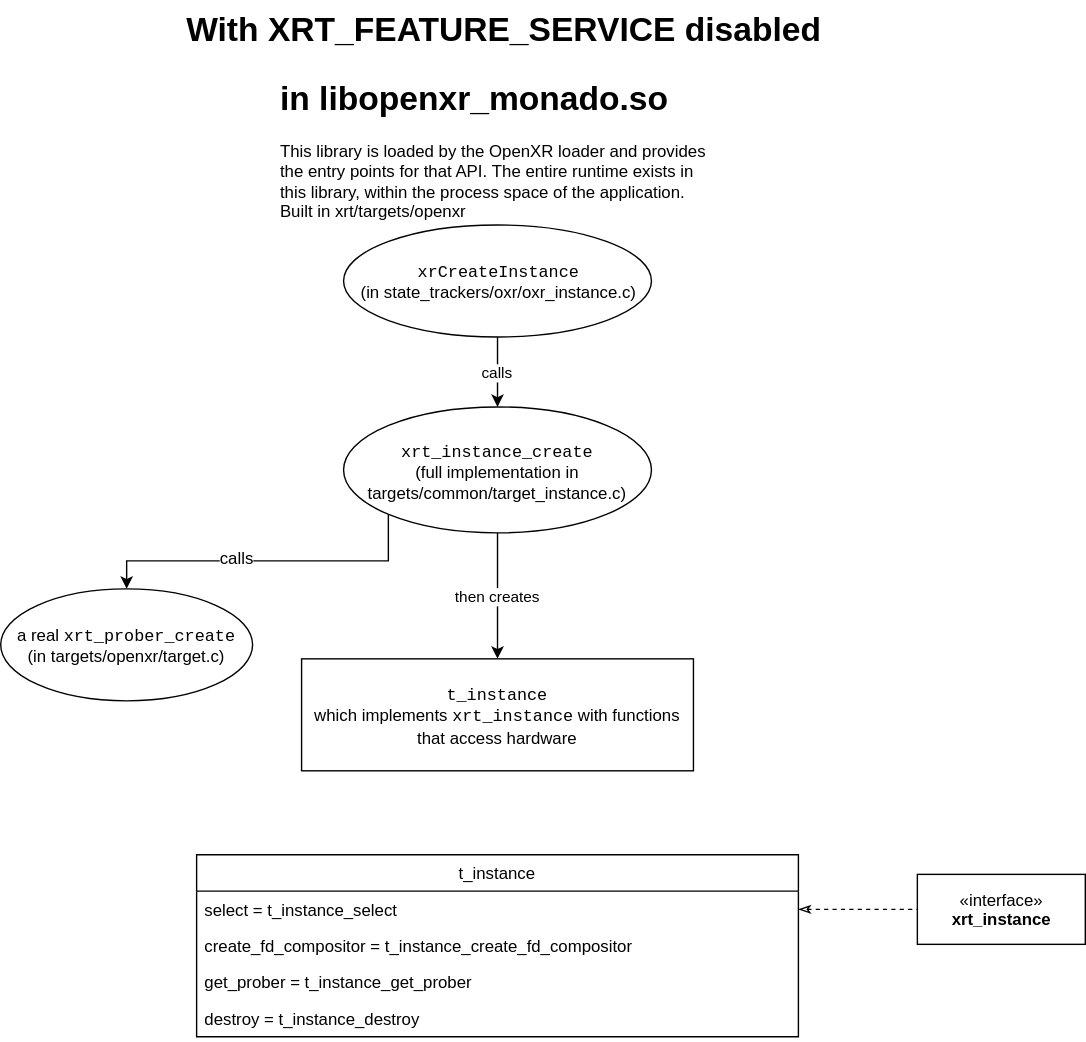
Above: doc/images/in-process.svg in shinyquagsire23/monado (draw.io), before the change. Source tidied: cells renumbered, new cells last; positions are measured from the earlier drawing's top-left corner, leaving out a move shared by most shapes. Source of this version:
```xml
<mxGraphModel>
  <root>
    <mxCell id="0" />
    <mxCell id="1" parent="0" />
    <mxCell id="2" value="then creates" style="edgeStyle=orthogonalEdgeStyle;rounded=0;comic=0;jettySize=auto;html=1;" parent="1" edge="1" source="5" target="10">
      <mxGeometry relative="1" as="geometry" />
    </mxCell>
    <mxCell id="3" style="edgeStyle=orthogonalEdgeStyle;rounded=0;jettySize=auto;html=1;exitX=0;exitY=1;exitDx=0;exitDy=0;" parent="1" edge="1" source="5" target="18">
      <mxGeometry relative="1" as="geometry">
        <Array as="points">
          <mxPoint x="277" y="400" />
          <mxPoint x="90" y="400" />
        </Array>
      </mxGeometry>
    </mxCell>
    <mxCell id="4" value="calls" style="text;html=1;align=center;verticalAlign=middle;labelBackgroundColor=#ffffff;" parent="3" vertex="1">
      <mxGeometry x="0.18" y="-3" relative="1" as="geometry" />
    </mxCell>
    <mxCell id="5" value="&lt;font face=&quot;Courier New&quot;&gt;xrt_instance_create&lt;br&gt;&lt;/font&gt;(full implementation in targets/common/target_instance.c)" style="ellipse;whiteSpace=wrap;html=1;" parent="1" vertex="1">
      <mxGeometry x="245" y="290" width="220" height="90" as="geometry" />
    </mxCell>
    <mxCell id="6" value="With XRT_FEATURE_SERVICE disabled" style="text;strokeColor=none;fillColor=none;html=1;fontSize=24;fontStyle=1;verticalAlign=middle;align=center;" parent="1" vertex="1">
      <mxGeometry x="310" width="100" height="40" as="geometry" />
    </mxCell>
    <mxCell id="7" value="&lt;h1&gt;in libopenxr_monado.so&lt;/h1&gt;This library is loaded by the OpenXR loader and provides the entry points for that API.&amp;nbsp;&lt;span&gt;The entire runtime exists in this library, within the process space of the application. Built in xrt/targets/openxr&lt;/span&gt;" style="text;html=1;strokeColor=none;fillColor=none;spacing=5;spacingTop=-20;whiteSpace=wrap;overflow=hidden;rounded=0;" parent="1" vertex="1">
      <mxGeometry x="195" y="50" width="320" height="110" as="geometry" />
    </mxCell>
    <mxCell id="8" value="&lt;font face=&quot;Courier New&quot;&gt;xrCreateInstance&lt;/font&gt;&lt;br&gt;(in state_trackers/oxr/oxr_instance.c)" style="ellipse;whiteSpace=wrap;html=1;" parent="1" vertex="1">
      <mxGeometry x="245" y="160" width="220" height="80" as="geometry" />
    </mxCell>
    <mxCell id="9" value="calls" style="edgeStyle=orthogonalEdgeStyle;rounded=0;comic=0;jettySize=auto;html=1;entryX=0.5;entryY=0;entryDx=0;entryDy=0;" parent="1" edge="1" source="8" target="5">
      <mxGeometry relative="1" as="geometry" />
    </mxCell>
    <mxCell id="10" value="&lt;div&gt;&lt;font face=&quot;Courier New&quot;&gt;t_instance&lt;/font&gt;&lt;/div&gt;&lt;div&gt;which implements &lt;font face=&quot;Courier New&quot;&gt;xrt_instance&lt;/font&gt; with functions that access hardware&lt;/div&gt;" style="rounded=0;whiteSpace=wrap;html=1;align=center;" parent="1" vertex="1">
      <mxGeometry x="215" y="470" width="280" height="80" as="geometry" />
    </mxCell>
    <mxCell id="11" style="edgeStyle=orthogonalEdgeStyle;rounded=0;comic=0;jettySize=auto;html=1;startArrow=classicThin;startFill=0;endArrow=none;endFill=0;dashed=1;exitX=1;exitY=0.5;exitDx=0;exitDy=0;" parent="1" edge="1" source="13" target="17">
      <mxGeometry relative="1" as="geometry" />
    </mxCell>
    <mxCell id="12" value="t_instance" style="swimlane;fontStyle=0;horizontal=1;startSize=26;fillColor=none;" parent="1" vertex="1">
      <mxGeometry x="140" y="610" width="430" height="130" as="geometry" />
    </mxCell>
    <mxCell id="13" value="select = t_instance_select" style="text;strokeColor=none;fillColor=none;align=left;verticalAlign=top;spacingLeft=4;spacingRight=4;overflow=hidden;points=[[0,0.5],[1,0.5]];portConstraint=eastwest;" parent="12" vertex="1">
      <mxGeometry y="26" width="430" height="26" as="geometry" />
    </mxCell>
    <mxCell id="14" value="create_fd_compositor = t_instance_create_fd_compositor" style="text;strokeColor=none;fillColor=none;align=left;verticalAlign=top;spacingLeft=4;spacingRight=4;overflow=hidden;" parent="12" vertex="1">
      <mxGeometry y="52" width="430" height="26" as="geometry" />
    </mxCell>
    <mxCell id="15" value="get_prober = t_instance_get_prober" style="text;strokeColor=none;fillColor=none;align=left;verticalAlign=top;spacingLeft=4;spacingRight=4;overflow=hidden;" parent="12" vertex="1">
      <mxGeometry y="78" width="430" height="26" as="geometry" />
    </mxCell>
    <mxCell id="16" value="destroy = t_instance_destroy" style="text;strokeColor=none;fillColor=none;align=left;verticalAlign=top;spacingLeft=4;spacingRight=4;overflow=hidden;" parent="12" vertex="1">
      <mxGeometry y="104" width="430" height="26" as="geometry" />
    </mxCell>
    <mxCell id="17" value="«interface»&lt;br&gt;&lt;b&gt;xrt_instance&lt;/b&gt;" style="html=1;" parent="1" vertex="1">
      <mxGeometry x="655" y="624" width="120" height="50" as="geometry" />
    </mxCell>
    <mxCell id="18" value="&lt;span style=&quot;white-space: normal&quot;&gt;a real&amp;nbsp;&lt;/span&gt;&lt;font face=&quot;Courier New&quot; style=&quot;white-space: normal&quot;&gt;xrt_prober_create&lt;br&gt;&lt;/font&gt;&lt;span style=&quot;white-space: normal&quot;&gt;(in targets/openxr/target.c)&lt;/span&gt;" style="ellipse;whiteSpace=wrap;html=1;" parent="1" vertex="1">
      <mxGeometry y="420" width="180" height="80" as="geometry" />
    </mxCell>
  </root>
</mxGraphModel>
```
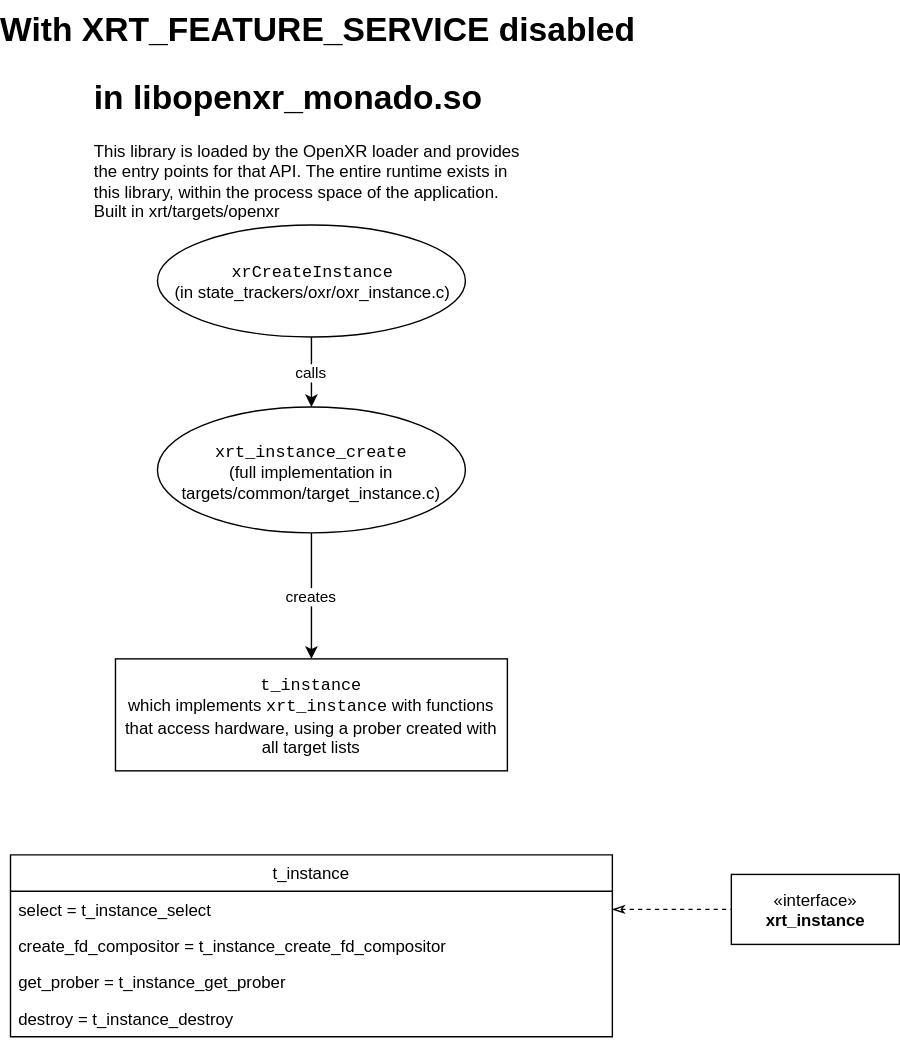
After the commit.

Commit message:
doc: Update target/instance docs following removal of xrt_prober_create

Diff of the diagram source:
```diff
@@ -2,20 +2,9 @@
   <root>
     <mxCell id="0" />
     <mxCell id="1" parent="0" />
-    <mxCell id="2" value="then creates" style="edgeStyle=orthogonalEdgeStyle;rounded=0;comic=0;jettySize=auto;html=1;" parent="1" edge="1" source="5" target="10">
+    <mxCell id="2" value="creates" style="edgeStyle=orthogonalEdgeStyle;rounded=0;comic=0;jettySize=auto;html=1;" parent="1" edge="1" source="5" target="10">
       <mxGeometry relative="1" as="geometry" />
     </mxCell>
-    <mxCell id="3" style="edgeStyle=orthogonalEdgeStyle;rounded=0;jettySize=auto;html=1;exitX=0;exitY=1;exitDx=0;exitDy=0;" parent="1" edge="1" source="5" target="18">
-      <mxGeometry relative="1" as="geometry">
-        <Array as="points">
-          <mxPoint x="277" y="400" />
-          <mxPoint x="90" y="400" />
-        </Array>
-      </mxGeometry>
-    </mxCell>
-    <mxCell id="4" value="calls" style="text;html=1;align=center;verticalAlign=middle;labelBackgroundColor=#ffffff;" parent="3" vertex="1">
-      <mxGeometry x="0.18" y="-3" relative="1" as="geometry" />
-    </mxCell>
     <mxCell id="5" value="&lt;font face=&quot;Courier New&quot;&gt;xrt_instance_create&lt;br&gt;&lt;/font&gt;(full implementation in targets/common/target_instance.c)" style="ellipse;whiteSpace=wrap;html=1;" parent="1" vertex="1">
       <mxGeometry x="245" y="290" width="220" height="90" as="geometry" />
     </mxCell>
@@ -31,7 +20,7 @@
     <mxCell id="9" value="calls" style="edgeStyle=orthogonalEdgeStyle;rounded=0;comic=0;jettySize=auto;html=1;entryX=0.5;entryY=0;entryDx=0;entryDy=0;" parent="1" edge="1" source="8" target="5">
       <mxGeometry relative="1" as="geometry" />
     </mxCell>
-    <mxCell id="10" value="&lt;div&gt;&lt;font face=&quot;Courier New&quot;&gt;t_instance&lt;/font&gt;&lt;/div&gt;&lt;div&gt;which implements &lt;font face=&quot;Courier New&quot;&gt;xrt_instance&lt;/font&gt; with functions that access hardware&lt;/div&gt;" style="rounded=0;whiteSpace=wrap;html=1;align=center;" parent="1" vertex="1">
+    <mxCell id="10" value="&lt;div&gt;&lt;font face=&quot;Courier New&quot;&gt;t_instance&lt;/font&gt;&lt;/div&gt;&lt;div&gt;which implements &lt;font face=&quot;Courier New&quot;&gt;xrt_instance&lt;/font&gt; with functions that access hardware, using a prober created with all target lists&lt;/div&gt;" style="rounded=0;whiteSpace=wrap;html=1;align=center;" parent="1" vertex="1">
       <mxGeometry x="215" y="470" width="280" height="80" as="geometry" />
     </mxCell>
     <mxCell id="11" style="edgeStyle=orthogonalEdgeStyle;rounded=0;comic=0;jettySize=auto;html=1;startArrow=classicThin;startFill=0;endArrow=none;endFill=0;dashed=1;exitX=1;exitY=0.5;exitDx=0;exitDy=0;" parent="1" edge="1" source="13" target="17">
@@ -55,8 +44,5 @@
     <mxCell id="17" value="«interface»&lt;br&gt;&lt;b&gt;xrt_instance&lt;/b&gt;" style="html=1;" parent="1" vertex="1">
       <mxGeometry x="655" y="624" width="120" height="50" as="geometry" />
     </mxCell>
-    <mxCell id="18" value="&lt;span style=&quot;white-space: normal&quot;&gt;a real&amp;nbsp;&lt;/span&gt;&lt;font face=&quot;Courier New&quot; style=&quot;white-space: normal&quot;&gt;xrt_prober_create&lt;br&gt;&lt;/font&gt;&lt;span style=&quot;white-space: normal&quot;&gt;(in targets/openxr/target.c)&lt;/span&gt;" style="ellipse;whiteSpace=wrap;html=1;" parent="1" vertex="1">
-      <mxGeometry y="420" width="180" height="80" as="geometry" />
-    </mxCell>
   </root>
 </mxGraphModel>
```
